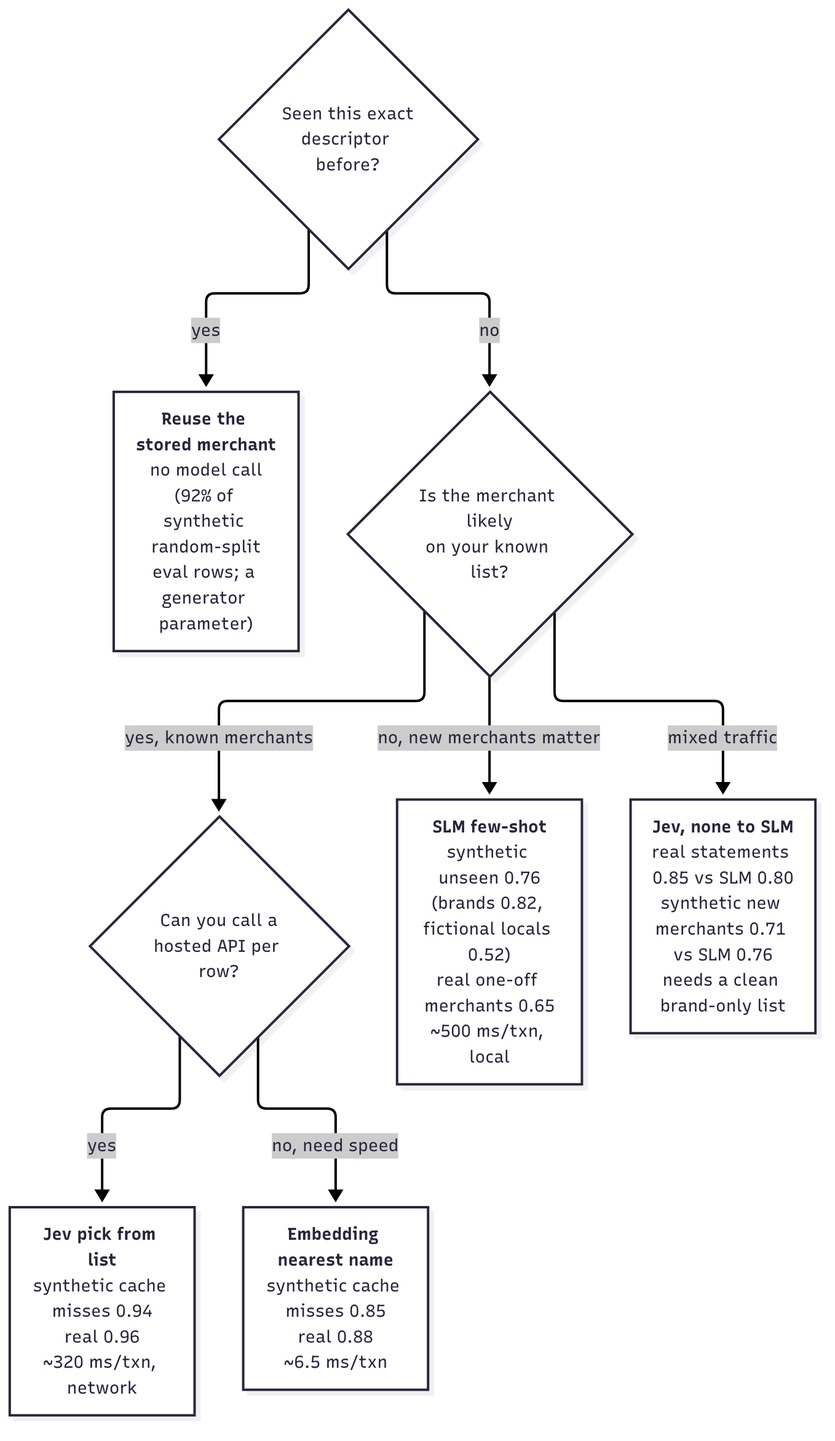
Before: reports/figures/merchant_decision.png, a diagram exported from Mermaid (aeoxyz-jpg/tranx-transaction-standardization). Its source is kept beside it as docs/diagrams/merchant_decision.mmd.
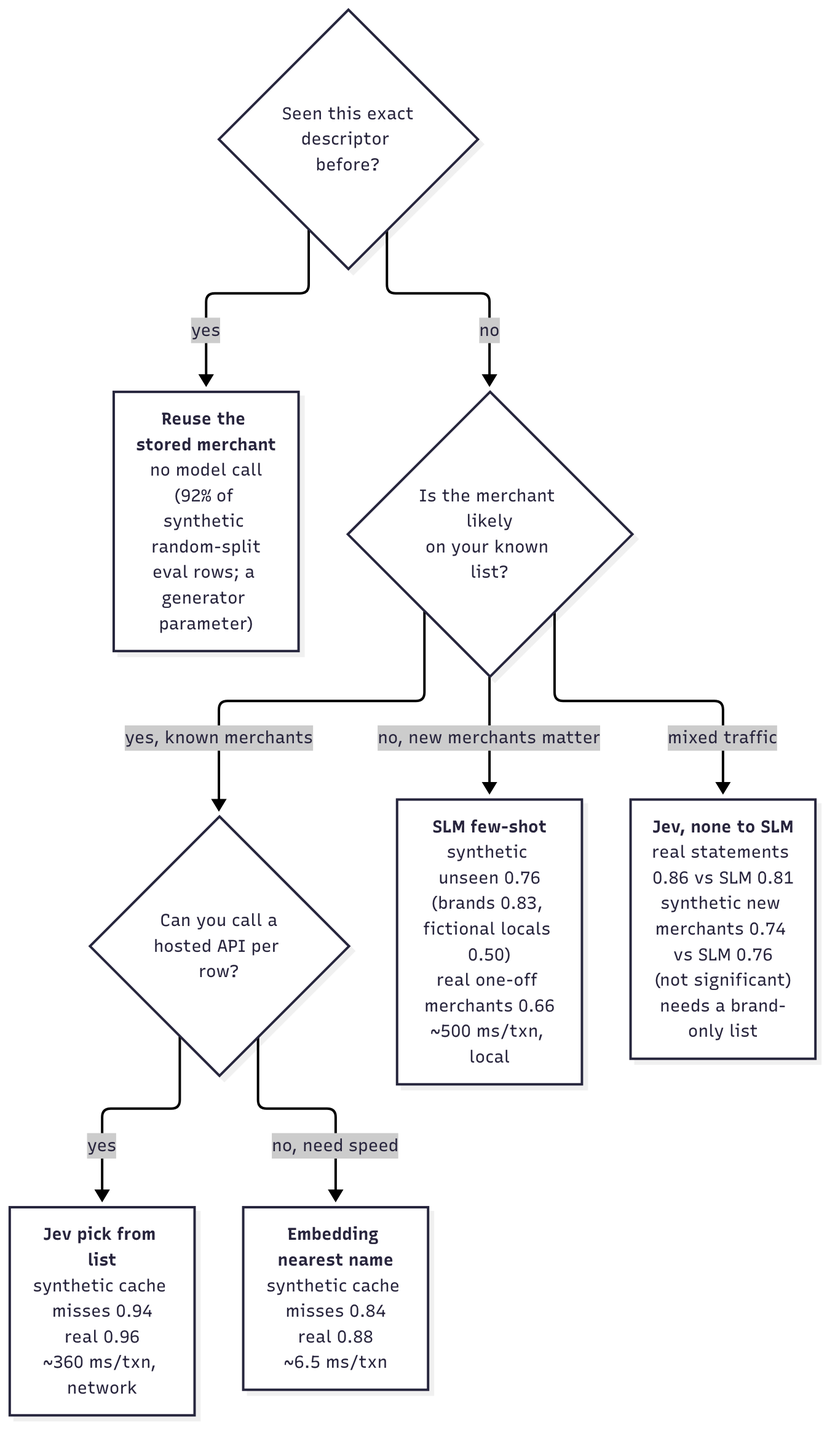
Above is the later version.

What changed in the source:
```diff
@@ -3,7 +3,7 @@
     Q0 -->|yes| CACHE["<b>Reuse the stored merchant</b><br/>no model call<br/>(92% of synthetic random-split<br/>eval rows; a generator parameter)"]
     Q0 -->|no| Q1{"Is the merchant likely<br/>on your known list?"}
     Q1 -->|"yes, known merchants"| Q2{"Can you call a<br/>hosted API per row?"}
-    Q1 -->|"no, new merchants matter"| SLM["<b>SLM few-shot</b><br/>synthetic unseen 0.76<br/>(brands 0.82, fictional locals 0.52)<br/>real one-off merchants 0.65<br/>~500 ms/txn, local"]
-    Q1 -->|"mixed traffic"| CASC["<b>Jev, none to SLM</b><br/>real statements 0.85 vs SLM 0.80<br/>synthetic new merchants 0.71 vs SLM 0.76<br/>needs a clean brand-only list"]
-    Q2 -->|yes| JEV["<b>Jev pick from list</b><br/>synthetic cache misses 0.94<br/>real 0.96<br/>~320 ms/txn, network"]
-    Q2 -->|"no, need speed"| EMB["<b>Embedding nearest name</b><br/>synthetic cache misses 0.85<br/>real 0.88<br/>~6.5 ms/txn"]
+    Q1 -->|"no, new merchants matter"| SLM["<b>SLM few-shot</b><br/>synthetic unseen 0.76<br/>(brands 0.83, fictional locals 0.50)<br/>real one-off merchants 0.66<br/>~500 ms/txn, local"]
+    Q1 -->|"mixed traffic"| CASC["<b>Jev, none to SLM</b><br/>real statements 0.86 vs SLM 0.81<br/>synthetic new merchants 0.74 vs SLM 0.76<br/>(not significant)<br/>needs a brand-only list"]
+    Q2 -->|yes| JEV["<b>Jev pick from list</b><br/>synthetic cache misses 0.94<br/>real 0.96<br/>~360 ms/txn, network"]
+    Q2 -->|"no, need speed"| EMB["<b>Embedding nearest name</b><br/>synthetic cache misses 0.84<br/>real 0.88<br/>~6.5 ms/txn"]
```
